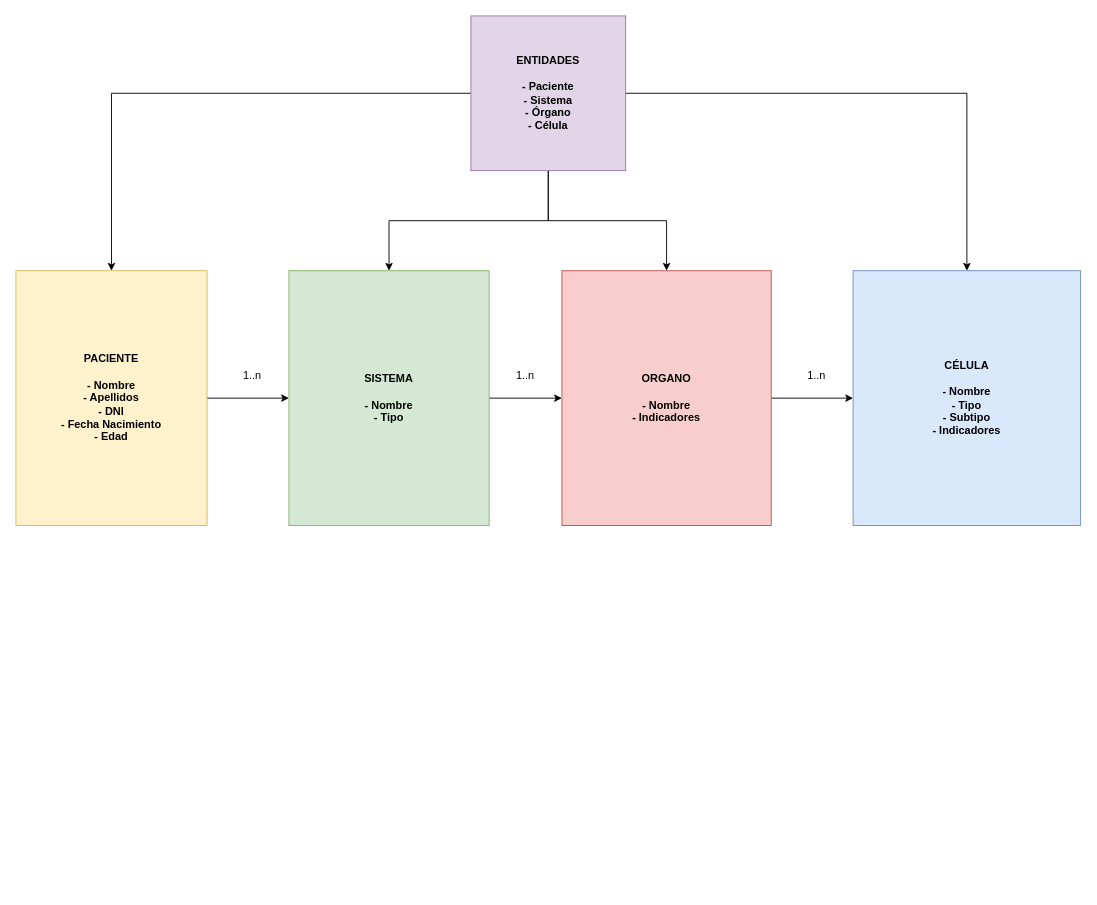
cellprom/cellprom-arq-doc keeps this draw.io diagram as arch-design/cellprom-arch-functionality.drawio. Above is the earlier version. Source tidied: cells renumbered, new cells numbered last; positions are measured from the earlier drawing's top-left corner, leaving out a move shared by most shapes. Both pictures are drawn from the tidied source at 91%, with x=0, y=0 at pixel (15, 15).
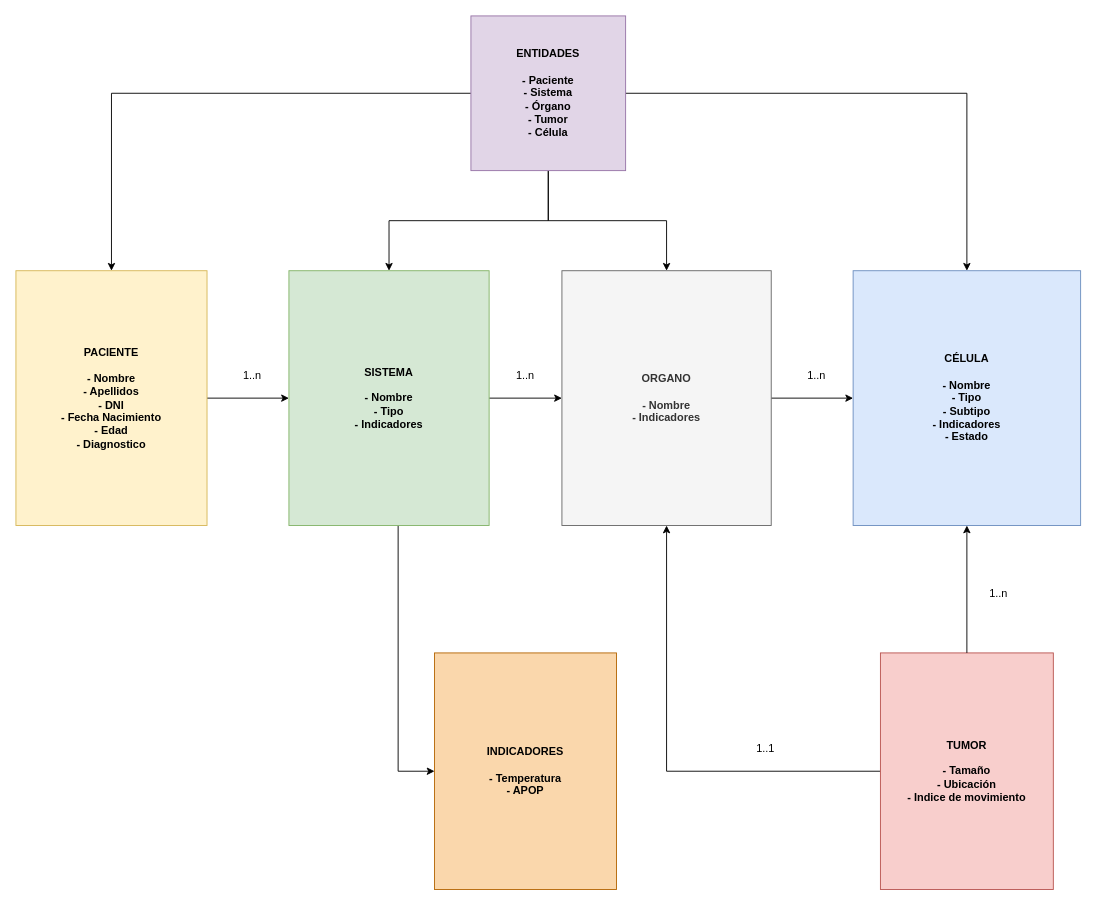
The same page after the edit.

Commit message:
Identificación Entidades y Requisitos

What changed in the source:
```diff
@@
-    <mxCell id="6" value="ENTIDADES&lt;br&gt;&lt;br&gt;- Paciente&lt;br&gt;- Sistema&lt;br&gt;- Órgano&lt;br&gt;- Célula" style="whiteSpace=wrap;html=1;fillColor=#e1d5e7;strokeColor=#9673a6;fontStyle=1;" parent="1" vertex="1">
+    <mxCell id="6" value="ENTIDADES&lt;br&gt;&lt;br&gt;- Paciente&lt;br&gt;- Sistema&lt;br&gt;- Órgano&lt;br&gt;- Tumor&lt;br&gt;- Célula" style="whiteSpace=wrap;html=1;fillColor=#e1d5e7;strokeColor=#9673a6;fontStyle=1;" parent="1" vertex="1">
       <mxGeometry x="500" width="170" height="170" as="geometry" />
     </mxCell>
@@
-    <mxCell id="8" value="ORGANO&lt;br&gt;&lt;br&gt;- Nombre&lt;br&gt;- Indicadores" style="whiteSpace=wrap;html=1;fillColor=#f8cecc;strokeColor=#b85450;fontStyle=1;" parent="1" vertex="1">
+    <mxCell id="8" value="ORGANO&lt;br&gt;&lt;br&gt;- Nombre&lt;br&gt;- Indicadores" style="whiteSpace=wrap;html=1;fillColor=#f5f5f5;strokeColor=#666666;fontStyle=1;fontColor=#333333;" parent="1" vertex="1">
       <mxGeometry x="600" y="280" width="230" height="280" as="geometry" />
     </mxCell>
-    <mxCell id="9" value="CÉLULA&lt;br&gt;&lt;br&gt;- Nombre&lt;br&gt;- Tipo&lt;br&gt;- Subtipo&lt;br&gt;- Indicadores" style="whiteSpace=wrap;html=1;fillColor=#dae8fc;strokeColor=#6c8ebf;fontStyle=1;" parent="1" vertex="1">
+    <mxCell id="9" value="CÉLULA&lt;br&gt;&lt;br&gt;- Nombre&lt;br&gt;- Tipo&lt;br&gt;- Subtipo&lt;br&gt;- Indicadores&lt;br&gt;- Estado" style="whiteSpace=wrap;html=1;fillColor=#dae8fc;strokeColor=#6c8ebf;fontStyle=1;" parent="1" vertex="1">
       <mxGeometry x="920" y="280" width="250" height="280" as="geometry" />
     </mxCell>
@@
+    <mxCell id="17" style="edgeStyle=orthogonalEdgeStyle;rounded=0;jettySize=auto;html=1;entryX=0;entryY=0.5;entryDx=0;entryDy=0;" parent="1" edge="1" source="11" target="18">
+      <mxGeometry relative="1" as="geometry">
+        <Array as="points">
+          <mxPoint x="420" y="830" />
+        </Array>
+      </mxGeometry>
+    </mxCell>
-    <mxCell id="11" value="SISTEMA&lt;br&gt;&lt;br&gt;- Nombre&lt;br&gt;- Tipo" style="whiteSpace=wrap;html=1;fillColor=#d5e8d4;strokeColor=#82b366;fontStyle=1;" parent="1" vertex="1">
+    <mxCell id="11" value="SISTEMA&lt;br&gt;&lt;br&gt;- Nombre&lt;br&gt;- Tipo&lt;br&gt;- Indicadores" style="whiteSpace=wrap;html=1;fillColor=#d5e8d4;strokeColor=#82b366;fontStyle=1;" parent="1" vertex="1">
       <mxGeometry x="300" y="280" width="220" height="280" as="geometry" />
     </mxCell>
@@
-    <mxCell id="13" value="PACIENTE&lt;br&gt;&lt;br&gt;- Nombre&lt;br&gt;- Apellidos&lt;br&gt;- DNI&lt;br&gt;- Fecha Nacimiento&lt;br&gt;- Edad&lt;br&gt;" style="whiteSpace=wrap;html=1;fillColor=#fff2cc;strokeColor=#d6b656;fontStyle=1;" parent="1" vertex="1">
+    <mxCell id="13" value="PACIENTE&lt;br&gt;&lt;br&gt;- Nombre&lt;br&gt;- Apellidos&lt;br&gt;- DNI&lt;br&gt;- Fecha Nacimiento&lt;br&gt;- Edad&lt;br&gt;- Diagnostico" style="whiteSpace=wrap;html=1;fillColor=#fff2cc;strokeColor=#d6b656;fontStyle=1;" parent="1" vertex="1">
       <mxGeometry y="280" width="210" height="280" as="geometry" />
     </mxCell>
@@
+    <mxCell id="18" value="INDICADORES&lt;br&gt;&lt;br&gt;- Temperatura&lt;br&gt;- APOP" style="whiteSpace=wrap;html=1;fillColor=#fad7ac;strokeColor=#b46504;fontStyle=1;" parent="1" vertex="1">
+      <mxGeometry x="460" y="700" width="200" height="260" as="geometry" />
+    </mxCell>
+    <mxCell id="19" style="edgeStyle=orthogonalEdgeStyle;rounded=0;jettySize=auto;html=1;" parent="1" edge="1" source="20" target="8">
+      <mxGeometry relative="1" as="geometry" />
+    </mxCell>
+    <mxCell id="20" value="TUMOR&lt;br&gt;&lt;br&gt;- Tamaño&lt;br&gt;- Ubicación&lt;br&gt;- Indice de movimiento" style="whiteSpace=wrap;html=1;fillColor=#f8cecc;strokeColor=#b85450;fontStyle=1;" parent="1" vertex="1">
+      <mxGeometry x="950" y="700" width="190" height="260" as="geometry" />
+    </mxCell>
+    <mxCell id="21" style="edgeStyle=orthogonalEdgeStyle;rounded=0;jettySize=auto;html=1;exitX=0.5;exitY=0;exitDx=0;exitDy=0;entryX=0.5;entryY=1;entryDx=0;entryDy=0;" parent="1" edge="1" source="20" target="9">
+      <mxGeometry relative="1" as="geometry" />
+    </mxCell>
+    <mxCell id="22" value="1..n" style="text;html=1;strokeColor=none;fillColor=none;align=center;verticalAlign=middle;whiteSpace=wrap;rounded=0;" parent="1" vertex="1">
+      <mxGeometry x="1050" y="620" width="60" height="30" as="geometry" />
+    </mxCell>
+    <mxCell id="23" value="1..1" style="text;html=1;strokeColor=none;fillColor=none;align=center;verticalAlign=middle;whiteSpace=wrap;rounded=0;" parent="1" vertex="1">
+      <mxGeometry x="794" y="790" width="60" height="30" as="geometry" />
+    </mxCell>
```
